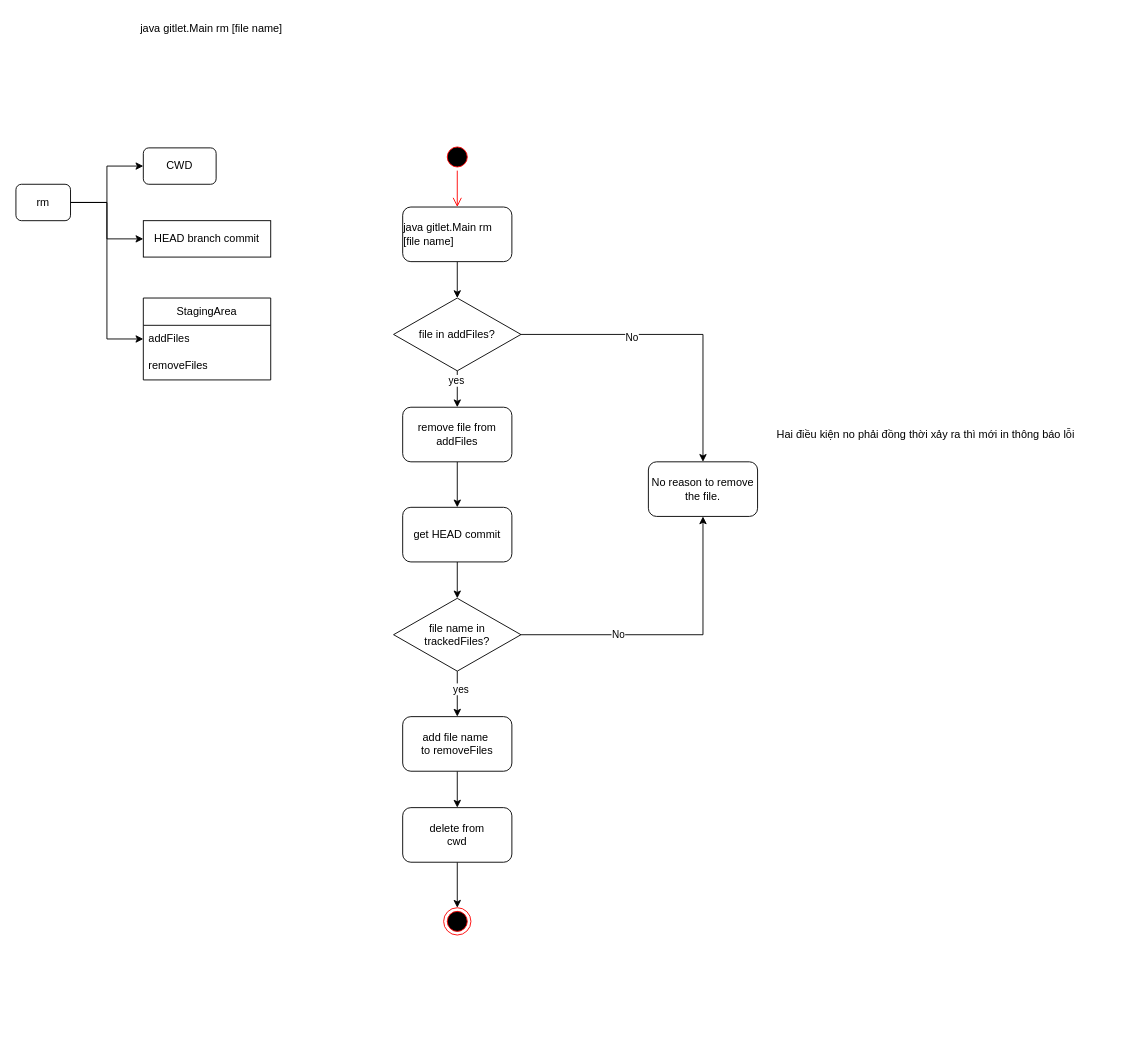
Before: page "rm" (9 of 12) of proj2/design.drawio in hangocanh2303/cs61b-self-learning, a draw.io diagram. Source tidied: cells renumbered, new cells numbered last; positions are measured from the earlier drawing's top-left corner, leaving out a move shared by most shapes. Both pictures are drawn from the tidied source at 91%, with x=0, y=0 at pixel (15, 15).
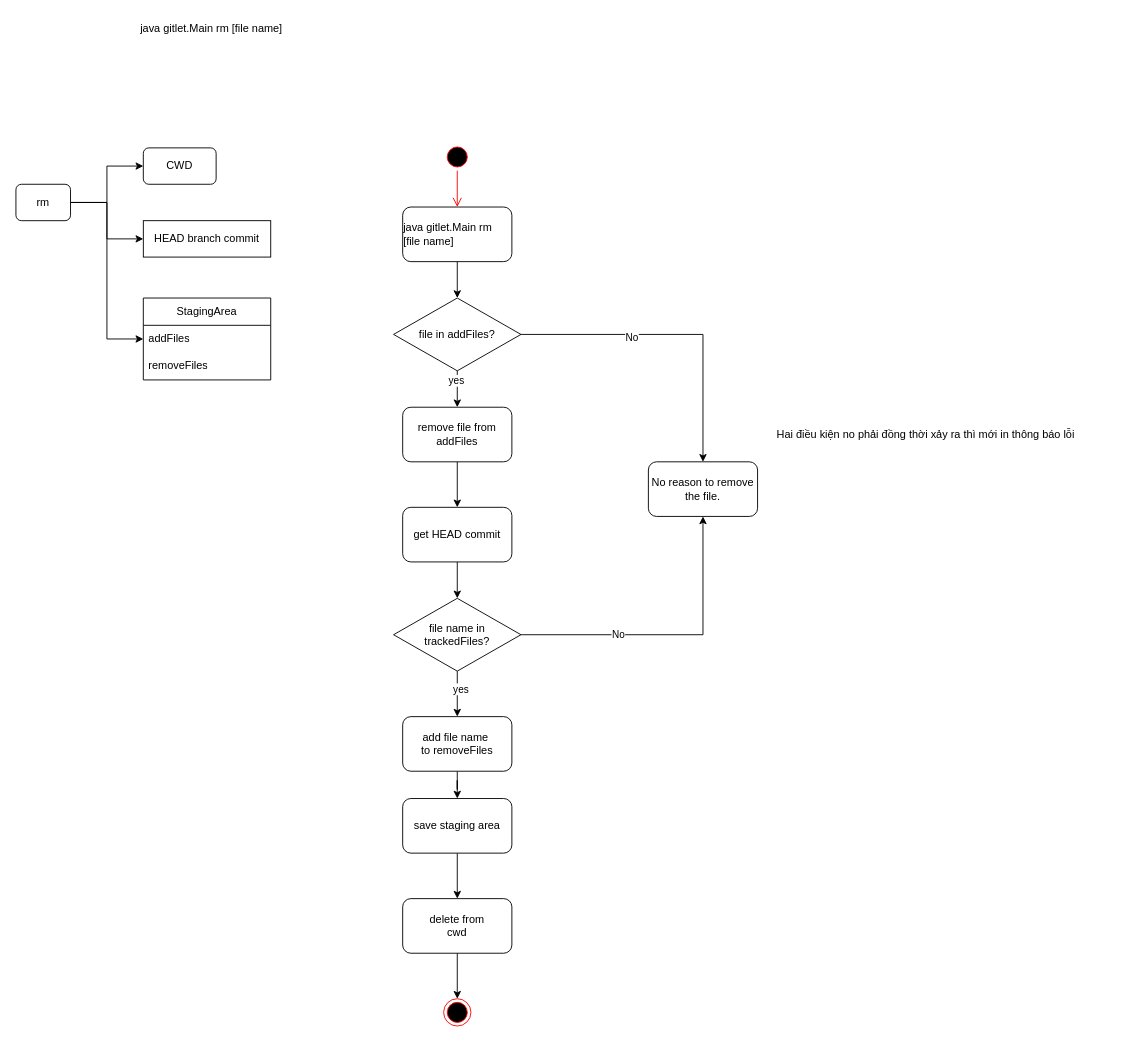
The same diagram, later.

Unchanged cells that the change refers to:
```xml
<mxCell id="16" value="add file name&amp;nbsp;&lt;div&gt;to removeFiles&lt;/div&gt;" style="rounded=1;whiteSpace=wrap;html=1;" parent="1" vertex="1">
  <mxGeometry x="425" y="770" width="120" height="60" as="geometry" />
</mxCell>
```

Change to the diagram source:
```diff
@@
-    <mxCell id="15" style="edgeStyle=orthogonalEdgeStyle;rounded=0;jettySize=auto;html=1;exitX=0.5;exitY=1;exitDx=0;exitDy=0;entryX=0.5;entryY=0;entryDx=0;entryDy=0;" parent="1" edge="1" source="16" target="34">
-      <mxGeometry relative="1" as="geometry" />
-    </mxCell>
+    <mxCell id="37" style="edgeStyle=orthogonalEdgeStyle;rounded=0;jettySize=auto;html=1;exitX=0.5;exitY=1;exitDx=0;exitDy=0;" parent="1" edge="1" source="16" target="39">
+      <mxGeometry relative="1" as="geometry" />
+    </mxCell>
@@
-    <mxCell id="17" style="edgeStyle=orthogonalEdgeStyle;rounded=0;jettySize=auto;html=1;exitX=0.5;exitY=1;exitDx=0;exitDy=0;entryX=0.5;entryY=0;entryDx=0;entryDy=0;" parent="1" edge="1" source="34" target="18">
-      <mxGeometry relative="1" as="geometry" />
-    </mxCell>
     <mxCell id="18" style="ellipse;html=1;shape=endState;fillColor=#000000;strokeColor=#ff0000;" parent="1" vertex="1">
-      <mxGeometry x="470" y="980" width="30" height="30" as="geometry" />
+      <mxGeometry x="470" y="1080" width="30" height="30" as="geometry" />
     </mxCell>
@@
+    <mxCell id="17" style="edgeStyle=orthogonalEdgeStyle;rounded=0;jettySize=auto;html=1;exitX=0.5;exitY=1;exitDx=0;exitDy=0;entryX=0.5;entryY=0;entryDx=0;entryDy=0;" parent="1" edge="1" source="34" target="18">
+      <mxGeometry relative="1" as="geometry" />
+    </mxCell>
     <mxCell id="34" value="delete from&lt;br&gt;cwd" style="rounded=1;whiteSpace=wrap;html=1;" parent="1" vertex="1">
-      <mxGeometry x="425" y="870" width="120" height="60" as="geometry" />
+      <mxGeometry x="425" y="970" width="120" height="60" as="geometry" />
     </mxCell>
@@
+    <mxCell id="38" style="edgeStyle=orthogonalEdgeStyle;rounded=0;jettySize=auto;html=1;exitX=0.5;exitY=1;exitDx=0;exitDy=0;entryX=0.5;entryY=0;entryDx=0;entryDy=0;" parent="1" edge="1" source="39" target="34">
+      <mxGeometry relative="1" as="geometry" />
+    </mxCell>
+    <mxCell id="39" value="save staging area" style="rounded=1;whiteSpace=wrap;html=1;" parent="1" vertex="1">
+      <mxGeometry x="425" y="860" width="120" height="60" as="geometry" />
+    </mxCell>
```
